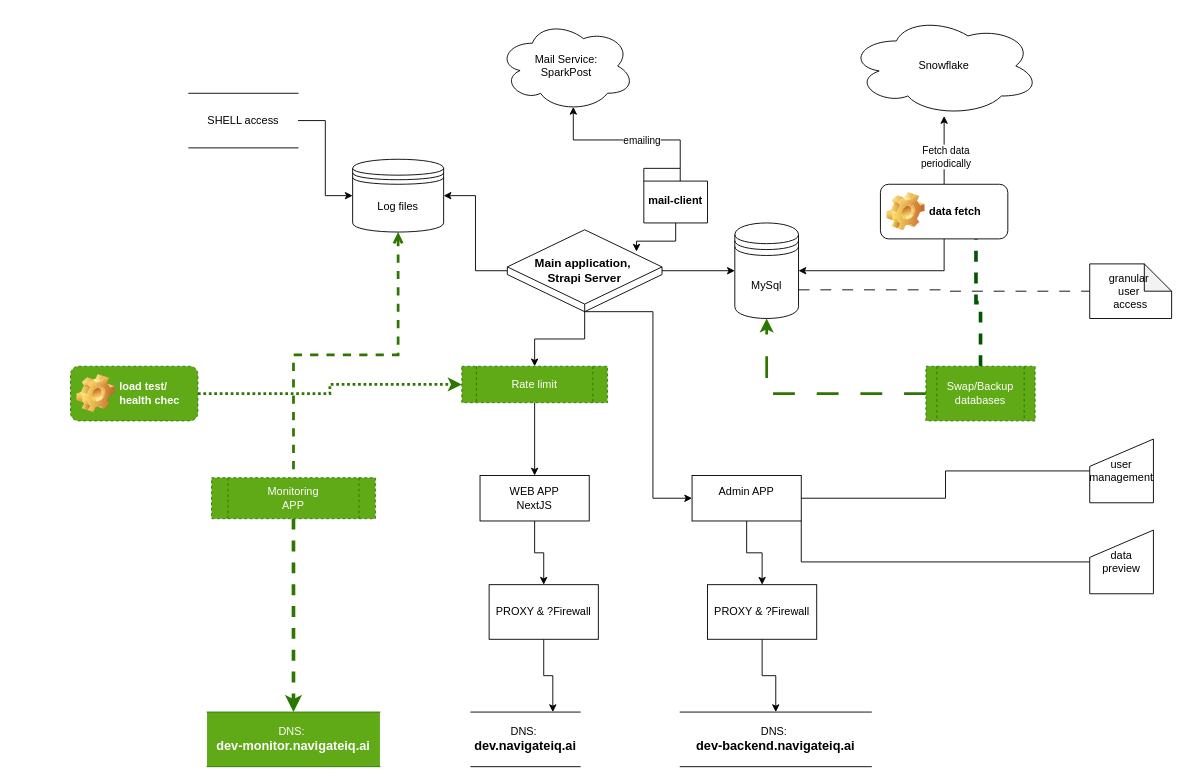
Above: tmp/navigate-iq-go-live.drawio in LuciOroles/carbee (draw.io), before the change. Source tidied: cells renumbered, new cells numbered last; positions are measured from the earlier drawing's top-left corner, leaving out a move shared by most shapes. Both pictures are drawn from the tidied source at 91%, with x=0, y=0 at pixel (70, 15).
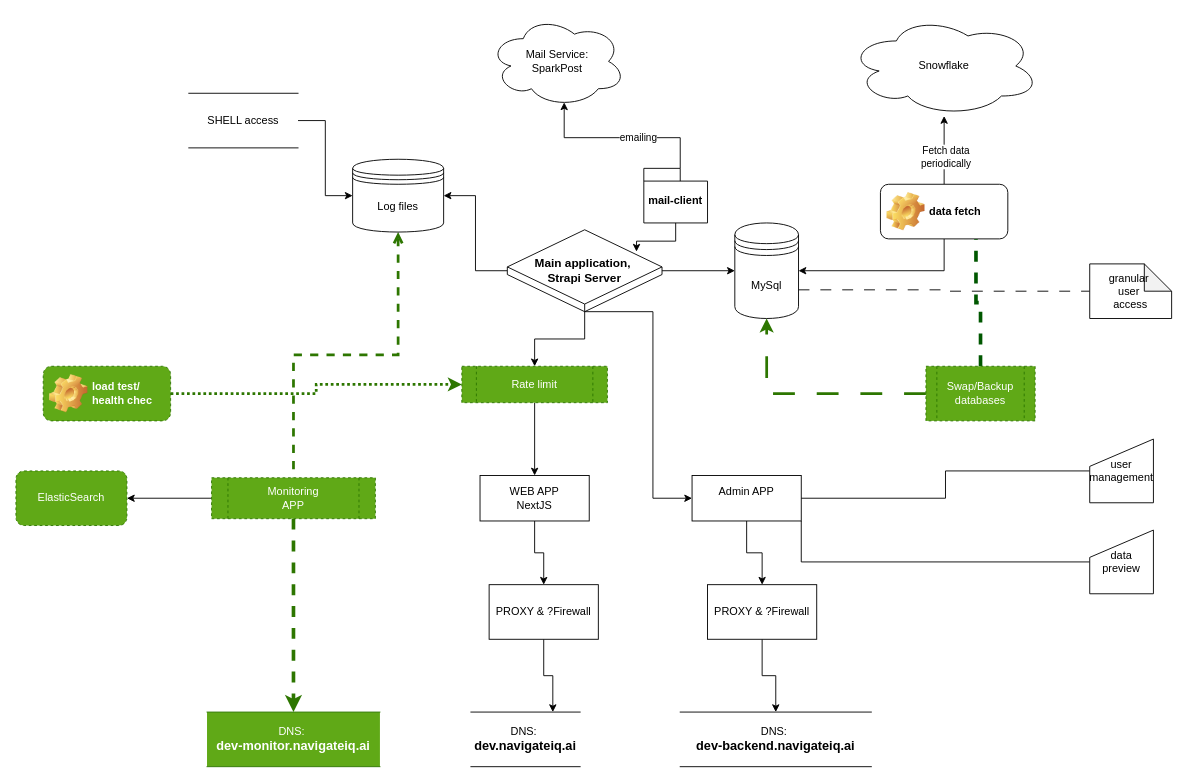
The same page after the edit.

Unchanged cells that the change refers to:
```xml
<mxCell id="31" value="Monitoring&lt;div&gt;APP&lt;/div&gt;" style="shape=process;whiteSpace=wrap;html=1;backgroundOutline=1;dashed=1;strokeColor=#2D7600;fillColor=#60a917;fontColor=#ffffff;" parent="1" vertex="1">
  <mxGeometry x="155" y="507.5" width="180" height="45" as="geometry" />
</mxCell>
```

The edit, as a diff of the source:
```diff
@@
     <mxCell id="23" value="Mail Service:&lt;div&gt;SparkPost&lt;/div&gt;" style="ellipse;shape=cloud;whiteSpace=wrap;html=1;" parent="1" vertex="1">
-      <mxGeometry x="470" y="5" width="150" height="100" as="geometry" />
+      <mxGeometry x="460" width="150" height="100" as="geometry" />
     </mxCell>
@@
+    <mxCell id="49" style="edgeStyle=orthogonalEdgeStyle;rounded=0;jettySize=auto;html=1;" parent="1" edge="1" source="31" target="50">
+      <mxGeometry relative="1" as="geometry" />
+    </mxCell>
@@
     <mxCell id="43" value="load test/&lt;div&gt;health chec&lt;/div&gt;" style="label;whiteSpace=wrap;html=1;image=img/clipart/Gear_128x128.png;fillColor=#60a917;fontColor=#ffffff;strokeColor=#2D7600;dashed=1;" parent="1" vertex="1">
-      <mxGeometry y="385" width="140" height="60" as="geometry" />
+      <mxGeometry x="-30" y="385" width="140" height="60" as="geometry" />
     </mxCell>
@@
+    <mxCell id="50" value="ElasticSearch" style="rounded=1;whiteSpace=wrap;html=1;fillColor=#60a917;strokeColor=#2D7600;fontColor=#ffffff;dashed=1;" parent="1" vertex="1">
+      <mxGeometry x="-60" y="500" width="122" height="60" as="geometry" />
+    </mxCell>
```
